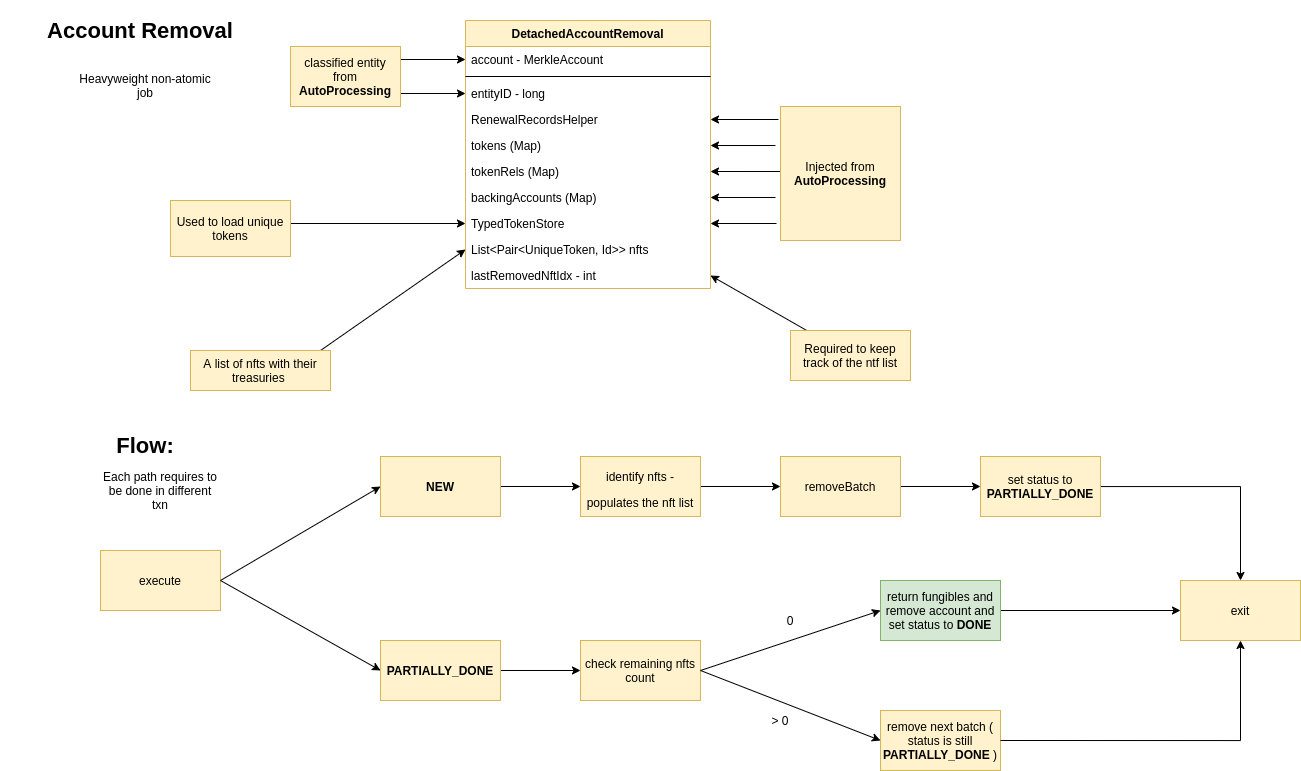
The draw.io diagram docs/expiry-and-auto-renewal/images/DetachedAccountRemoval.png in hashgraph/hedera-services, before a commit. Source tidied: cells renumbered, new cells last; positions are measured from the earlier drawing's top-left corner, leaving out a move shared by most shapes.
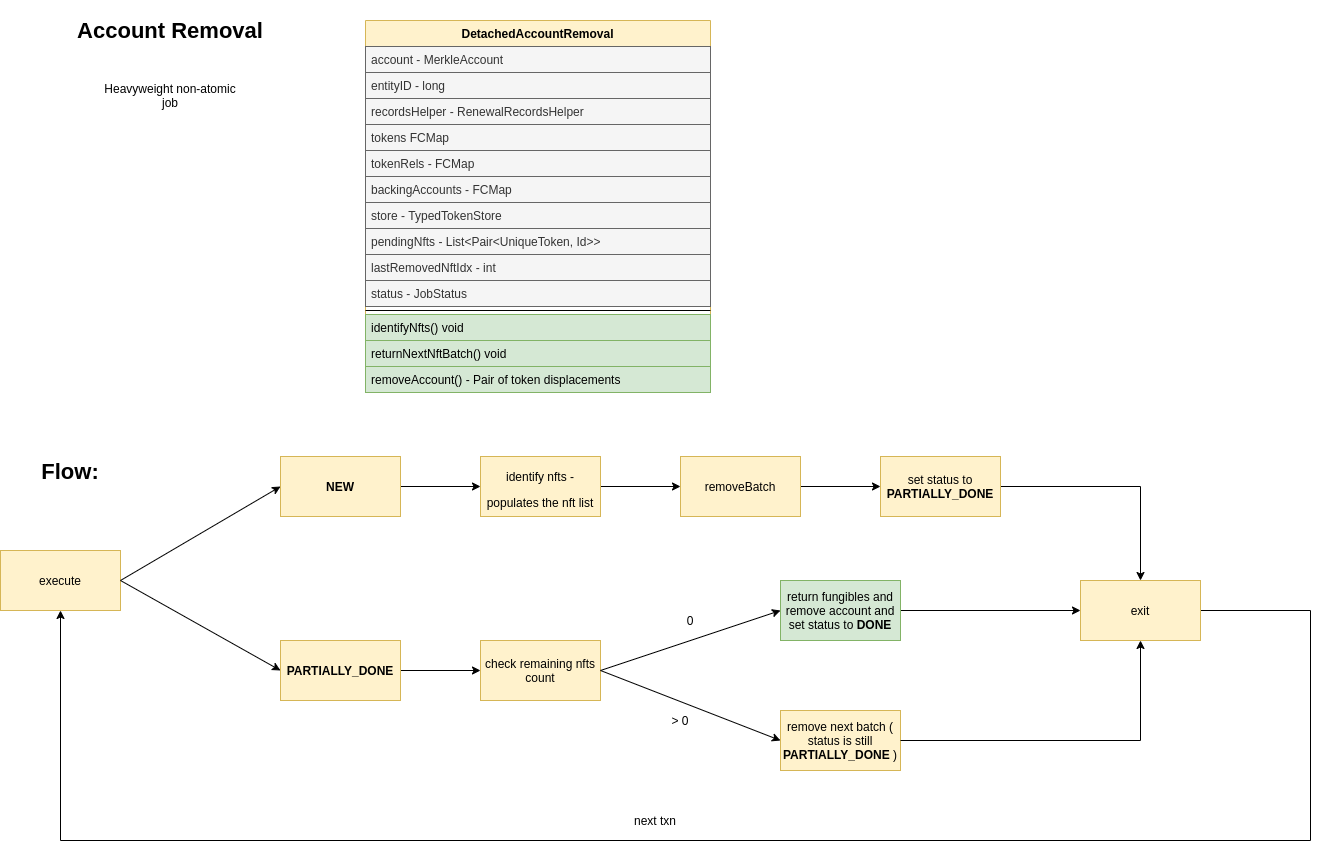
Later version of the same file.

What changed in the source:
```diff
@@ -3,83 +3,58 @@
     <mxCell id="0" />
     <mxCell id="1" parent="0" />
     <mxCell id="2" value="Account Removal" style="text;html=1;strokeColor=none;fillColor=none;align=center;verticalAlign=middle;whiteSpace=wrap;rounded=0;fontSize=22;fontStyle=1;" parent="1" vertex="1">
-      <mxGeometry width="280" height="60" as="geometry" />
+      <mxGeometry x="130" width="280" height="60" as="geometry" />
     </mxCell>
     <mxCell id="3" value="DetachedAccountRemoval" style="swimlane;fontStyle=1;align=center;verticalAlign=top;horizontal=1;startSize=26;fontSize=12;fillColor=#fff2cc;strokeColor=#d6b656;" parent="1" vertex="1">
-      <mxGeometry x="465" y="20" width="245" height="268" as="geometry" />
+      <mxGeometry x="465" y="20" width="345" height="372" as="geometry" />
     </mxCell>
-    <mxCell id="4" value="account - MerkleAccount" style="text;strokeColor=none;fillColor=none;align=left;verticalAlign=top;spacingLeft=4;spacingRight=4;overflow=hidden;points=[[0,0.5],[1,0.5]];portConstraint=eastwest;" parent="3" vertex="1">
-      <mxGeometry y="26" width="245" height="26" as="geometry" />
+    <mxCell id="4" value="account - MerkleAccount" style="text;strokeColor=#666666;fillColor=#f5f5f5;align=left;verticalAlign=top;spacingLeft=4;spacingRight=4;overflow=hidden;points=[[0,0.5],[1,0.5]];portConstraint=eastwest;fontColor=#333333;" parent="3" vertex="1">
+      <mxGeometry y="26" width="345" height="26" as="geometry" />
     </mxCell>
-    <mxCell id="5" style="line;strokeWidth=1;fillColor=none;align=left;verticalAlign=middle;spacingTop=-1;spacingLeft=3;spacingRight=3;labelPosition=right;" parent="3" vertex="1">
-      <mxGeometry y="52" width="245" height="8" as="geometry" />
-    </mxCell>
-    <mxCell id="6" value="entityID - long" style="text;strokeColor=none;fillColor=none;align=left;verticalAlign=top;spacingLeft=4;spacingRight=4;overflow=hidden;points=[[0,0.5],[1,0.5]];portConstraint=eastwest;" parent="3" vertex="1">
-      <mxGeometry y="60" width="245" height="26" as="geometry" />
+    <mxCell id="6" value="entityID - long" style="text;strokeColor=#666666;fillColor=#f5f5f5;align=left;verticalAlign=top;spacingLeft=4;spacingRight=4;overflow=hidden;points=[[0,0.5],[1,0.5]];portConstraint=eastwest;fontColor=#333333;" parent="3" vertex="1">
+      <mxGeometry y="52" width="345" height="26" as="geometry" />
     </mxCell>
-    <mxCell id="7" value="RenewalRecordsHelper" style="text;strokeColor=none;fillColor=none;align=left;verticalAlign=top;spacingLeft=4;spacingRight=4;overflow=hidden;points=[[0,0.5],[1,0.5]];portConstraint=eastwest;fontSize=12;" parent="3" vertex="1">
-      <mxGeometry y="86" width="245" height="26" as="geometry" />
+    <mxCell id="7" value="recordsHelper - RenewalRecordsHelper" style="text;strokeColor=#666666;fillColor=#f5f5f5;align=left;verticalAlign=top;spacingLeft=4;spacingRight=4;overflow=hidden;points=[[0,0.5],[1,0.5]];portConstraint=eastwest;fontSize=12;fontColor=#333333;" parent="3" vertex="1">
+      <mxGeometry y="78" width="345" height="26" as="geometry" />
     </mxCell>
-    <mxCell id="8" value="tokens (Map)" style="text;strokeColor=none;fillColor=none;align=left;verticalAlign=top;spacingLeft=4;spacingRight=4;overflow=hidden;points=[[0,0.5],[1,0.5]];portConstraint=eastwest;fontSize=12;" parent="3" vertex="1">
-      <mxGeometry y="112" width="245" height="26" as="geometry" />
+    <mxCell id="8" value="tokens FCMap" style="text;strokeColor=#666666;fillColor=#f5f5f5;align=left;verticalAlign=top;spacingLeft=4;spacingRight=4;overflow=hidden;points=[[0,0.5],[1,0.5]];portConstraint=eastwest;fontSize=12;fontColor=#333333;" parent="3" vertex="1">
+      <mxGeometry y="104" width="345" height="26" as="geometry" />
     </mxCell>
-    <mxCell id="9" value="tokenRels (Map)" style="text;strokeColor=none;fillColor=none;align=left;verticalAlign=top;spacingLeft=4;spacingRight=4;overflow=hidden;points=[[0,0.5],[1,0.5]];portConstraint=eastwest;fontSize=12;" parent="3" vertex="1">
-      <mxGeometry y="138" width="245" height="26" as="geometry" />
+    <mxCell id="9" value="tokenRels - FCMap" style="text;strokeColor=#666666;fillColor=#f5f5f5;align=left;verticalAlign=top;spacingLeft=4;spacingRight=4;overflow=hidden;points=[[0,0.5],[1,0.5]];portConstraint=eastwest;fontSize=12;fontColor=#333333;" parent="3" vertex="1">
+      <mxGeometry y="130" width="345" height="26" as="geometry" />
     </mxCell>
-    <mxCell id="10" value="backingAccounts (Map)" style="text;strokeColor=none;fillColor=none;align=left;verticalAlign=top;spacingLeft=4;spacingRight=4;overflow=hidden;points=[[0,0.5],[1,0.5]];portConstraint=eastwest;fontSize=12;" parent="3" vertex="1">
-      <mxGeometry y="164" width="245" height="26" as="geometry" />
+    <mxCell id="10" value="backingAccounts - FCMap" style="text;strokeColor=#666666;fillColor=#f5f5f5;align=left;verticalAlign=top;spacingLeft=4;spacingRight=4;overflow=hidden;points=[[0,0.5],[1,0.5]];portConstraint=eastwest;fontSize=12;fontColor=#333333;" parent="3" vertex="1">
+      <mxGeometry y="156" width="345" height="26" as="geometry" />
     </mxCell>
-    <mxCell id="11" value="TypedTokenStore" style="text;strokeColor=none;fillColor=none;align=left;verticalAlign=top;spacingLeft=4;spacingRight=4;overflow=hidden;points=[[0,0.5],[1,0.5]];portConstraint=eastwest;fontSize=12;" parent="3" vertex="1">
-      <mxGeometry y="190" width="245" height="26" as="geometry" />
+    <mxCell id="11" value="store - TypedTokenStore" style="text;strokeColor=#666666;fillColor=#f5f5f5;align=left;verticalAlign=top;spacingLeft=4;spacingRight=4;overflow=hidden;points=[[0,0.5],[1,0.5]];portConstraint=eastwest;fontSize=12;fontColor=#333333;" parent="3" vertex="1">
+      <mxGeometry y="182" width="345" height="26" as="geometry" />
     </mxCell>
-    <mxCell id="12" value="List&lt;Pair&lt;UniqueToken, Id&gt;&gt; nfts" style="text;strokeColor=none;fillColor=none;align=left;verticalAlign=top;spacingLeft=4;spacingRight=4;overflow=hidden;points=[[0,0.5],[1,0.5]];portConstraint=eastwest;fontSize=12;" parent="3" vertex="1">
-      <mxGeometry y="216" width="245" height="26" as="geometry" />
+    <mxCell id="12" value="pendingNfts - List&lt;Pair&lt;UniqueToken, Id&gt;&gt; " style="text;strokeColor=#666666;fillColor=#f5f5f5;align=left;verticalAlign=top;spacingLeft=4;spacingRight=4;overflow=hidden;points=[[0,0.5],[1,0.5]];portConstraint=eastwest;fontSize=12;fontColor=#333333;" parent="3" vertex="1">
+      <mxGeometry y="208" width="345" height="26" as="geometry" />
     </mxCell>
-    <mxCell id="13" value="lastRemovedNftIdx - int" style="text;strokeColor=none;fillColor=none;align=left;verticalAlign=top;spacingLeft=4;spacingRight=4;overflow=hidden;points=[[0,0.5],[1,0.5]];portConstraint=eastwest;fontSize=12;" parent="3" vertex="1">
-      <mxGeometry y="242" width="245" height="26" as="geometry" />
+    <mxCell id="13" value="lastRemovedNftIdx - int" style="text;strokeColor=#666666;fillColor=#f5f5f5;align=left;verticalAlign=top;spacingLeft=4;spacingRight=4;overflow=hidden;points=[[0,0.5],[1,0.5]];portConstraint=eastwest;fontSize=12;fontColor=#333333;" parent="3" vertex="1">
+      <mxGeometry y="234" width="345" height="26" as="geometry" />
     </mxCell>
-    <mxCell id="14" style="endArrow=classic;html=1;fontSize=12;entryX=1;entryY=0.5;entryDx=0;entryDy=0;exitX=-0.017;exitY=0.097;exitDx=0;exitDy=0;exitPerimeter=0;" parent="1" edge="1" source="23" target="7">
-      <mxGeometry relative="1" as="geometry" />
-    </mxCell>
-    <mxCell id="15" style="endArrow=classic;html=1;fontSize=12;entryX=1;entryY=0.5;entryDx=0;entryDy=0;" parent="1" edge="1" target="8">
-      <mxGeometry relative="1" as="geometry">
-        <mxPoint x="775" y="145" as="sourcePoint" />
-      </mxGeometry>
-    </mxCell>
-    <mxCell id="16" style="endArrow=classic;html=1;fontSize=12;entryX=1;entryY=0.5;entryDx=0;entryDy=0;exitX=0;exitY=0.485;exitDx=0;exitDy=0;exitPerimeter=0;" parent="1" edge="1" source="23" target="9">
-      <mxGeometry relative="1" as="geometry" />
-    </mxCell>
-    <mxCell id="17" style="endArrow=classic;html=1;fontSize=12;entryX=1;entryY=0.5;entryDx=0;entryDy=0;" parent="1" edge="1" target="10">
-      <mxGeometry relative="1" as="geometry">
-        <mxPoint x="775" y="197" as="sourcePoint" />
-      </mxGeometry>
-    </mxCell>
-    <mxCell id="18" style="endArrow=classic;html=1;fontSize=12;entryX=1;entryY=0.5;entryDx=0;entryDy=0;" parent="1" edge="1" target="11">
-      <mxGeometry relative="1" as="geometry">
-        <mxPoint x="776" y="223" as="sourcePoint" />
-      </mxGeometry>
-    </mxCell>
+    <mxCell id="55" value="status - JobStatus" style="text;strokeColor=#666666;fillColor=#f5f5f5;align=left;verticalAlign=top;spacingLeft=4;spacingRight=4;overflow=hidden;fontColor=#333333;" parent="3" vertex="1">
+      <mxGeometry y="260" width="345" height="26" as="geometry" />
+    </mxCell>
+    <mxCell id="56" style="line;strokeWidth=1;fillColor=none;align=left;verticalAlign=middle;spacingTop=-1;spacingLeft=3;spacingRight=3;labelPosition=right;" parent="3" vertex="1">
+      <mxGeometry y="286" width="345" height="8" as="geometry" />
+    </mxCell>
+    <mxCell id="57" value="identifyNfts() void" style="text;strokeColor=#82b366;fillColor=#d5e8d4;align=left;verticalAlign=top;spacingLeft=4;spacingRight=4;overflow=hidden;" parent="3" vertex="1">
+      <mxGeometry y="294" width="345" height="26" as="geometry" />
+    </mxCell>
+    <mxCell id="58" value="returnNextNftBatch() void" style="text;strokeColor=#82b366;fillColor=#d5e8d4;align=left;verticalAlign=top;spacingLeft=4;spacingRight=4;overflow=hidden;" parent="3" vertex="1">
+      <mxGeometry y="320" width="345" height="26" as="geometry" />
+    </mxCell>
+    <mxCell id="59" value="removeAccount() - Pair of token displacements" style="text;strokeColor=#82b366;fillColor=#d5e8d4;align=left;verticalAlign=top;spacingLeft=4;spacingRight=4;overflow=hidden;" parent="3" vertex="1">
+      <mxGeometry y="346" width="345" height="26" as="geometry" />
+    </mxCell>
     <mxCell id="19" value="Heavyweight non-atomic job" style="text;html=1;strokeColor=none;fillColor=none;align=center;verticalAlign=middle;whiteSpace=wrap;rounded=0;fontSize=12;" parent="1" vertex="1">
-      <mxGeometry x="70" y="60" width="150" height="50" as="geometry" />
+      <mxGeometry x="195" y="70" width="150" height="50" as="geometry" />
     </mxCell>
-    <mxCell id="20" style="endArrow=classic;html=1;fontSize=12;entryX=0;entryY=0.5;entryDx=0;entryDy=0;" parent="1" edge="1" target="6">
-      <mxGeometry relative="1" as="geometry">
-        <mxPoint x="400" y="93" as="sourcePoint" />
-      </mxGeometry>
-    </mxCell>
-    <mxCell id="21" style="endArrow=classic;html=1;fontSize=12;entryX=0;entryY=0.5;entryDx=0;entryDy=0;" parent="1" edge="1" target="4">
-      <mxGeometry relative="1" as="geometry">
-        <mxPoint x="400" y="59" as="sourcePoint" />
-      </mxGeometry>
-    </mxCell>
-    <mxCell id="22" value="classified entity from &lt;b&gt;AutoProcessing&lt;/b&gt;" style="rounded=0;whiteSpace=wrap;html=1;fontSize=12;fillColor=#fff2cc;strokeColor=#d6b656;" parent="1" vertex="1">
-      <mxGeometry x="290" y="46" width="110" height="60" as="geometry" />
-    </mxCell>
-    <mxCell id="23" value="Injected from &lt;b&gt;AutoProcessing&lt;/b&gt;" style="rounded=0;whiteSpace=wrap;html=1;fontSize=12;fillColor=#fff2cc;strokeColor=#d6b656;" parent="1" vertex="1">
-      <mxGeometry x="780" y="106" width="120" height="134" as="geometry" />
-    </mxCell>
     <mxCell id="24" value="Flow:" style="text;align=center;fontStyle=1;verticalAlign=middle;spacingLeft=3;spacingRight=3;strokeColor=none;fontSize=22;" parent="1" vertex="1">
-      <mxGeometry x="105" y="430" width="80" height="26" as="geometry" />
+      <mxGeometry x="130" y="456" width="80" height="26" as="geometry" />
     </mxCell>
     <mxCell id="25" value="&lt;font style=&quot;font-size: 12px;&quot;&gt;execute&lt;/font&gt;" style="rounded=0;whiteSpace=wrap;html=1;fontSize=12;verticalAlign=middle;align=center;fillColor=#fff2cc;strokeColor=#d6b656;" parent="1" vertex="1">
       <mxGeometry x="100" y="550" width="120" height="60" as="geometry" />
@@ -120,6 +95,15 @@
     <mxCell id="37" value="set status to &lt;b&gt;PARTIALLY_DONE&lt;/b&gt;" style="whiteSpace=wrap;html=1;rounded=0;fillColor=#fff2cc;strokeColor=#d6b656;" parent="1" vertex="1">
       <mxGeometry x="980" y="456" width="120" height="60" as="geometry" />
     </mxCell>
+    <mxCell id="60" style="edgeStyle=orthogonalEdgeStyle;rounded=0;jettySize=auto;html=1;entryX=0.5;entryY=1;entryDx=0;entryDy=0;" parent="1" edge="1" source="38" target="25">
+      <mxGeometry relative="1" as="geometry">
+        <Array as="points">
+          <mxPoint x="1410" y="610" />
+          <mxPoint x="1410" y="840" />
+          <mxPoint x="160" y="840" />
+        </Array>
+      </mxGeometry>
+    </mxCell>
     <mxCell id="38" value="exit" style="whiteSpace=wrap;html=1;rounded=0;fillColor=#fff2cc;strokeColor=#d6b656;" parent="1" vertex="1">
       <mxGeometry x="1180" y="580" width="120" height="60" as="geometry" />
     </mxCell>
@@ -144,36 +128,14 @@
     <mxCell id="45" style="edgeStyle=orthogonalEdgeStyle;rounded=0;jettySize=auto;html=1;fontSize=12;entryX=0.5;entryY=1;entryDx=0;entryDy=0;exitX=1;exitY=0.5;exitDx=0;exitDy=0;" parent="1" edge="1" source="44" target="38">
       <mxGeometry relative="1" as="geometry" />
     </mxCell>
-    <mxCell id="46" value="Each path requires to be done in different txn" style="text;html=1;strokeColor=none;fillColor=none;align=center;verticalAlign=middle;whiteSpace=wrap;rounded=0;fontSize=12;" parent="1" vertex="1">
-      <mxGeometry x="100" y="470" width="120" height="40" as="geometry" />
-    </mxCell>
-    <mxCell id="47" style="endArrow=classic;html=1;fontSize=12;entryX=0;entryY=0.5;entryDx=0;entryDy=0;" parent="1" edge="1" target="11">
-      <mxGeometry relative="1" as="geometry">
-        <mxPoint x="290" y="223" as="sourcePoint" />
-      </mxGeometry>
-    </mxCell>
-    <mxCell id="48" value="Used to load unique tokens" style="text;html=1;strokeColor=#d6b656;fillColor=#fff2cc;align=center;verticalAlign=middle;whiteSpace=wrap;rounded=0;fontSize=12;" parent="1" vertex="1">
-      <mxGeometry x="170" y="200" width="120" height="56" as="geometry" />
-    </mxCell>
-    <mxCell id="49" style="endArrow=classic;html=1;fontSize=12;entryX=0;entryY=0.5;entryDx=0;entryDy=0;" parent="1" edge="1" target="12">
-      <mxGeometry relative="1" as="geometry">
-        <mxPoint x="320" y="350" as="sourcePoint" />
-      </mxGeometry>
-    </mxCell>
-    <mxCell id="50" value="A list of nfts with their treasuries&amp;nbsp;" style="text;html=1;strokeColor=#d6b656;fillColor=#fff2cc;align=center;verticalAlign=middle;whiteSpace=wrap;rounded=0;fontSize=12;" parent="1" vertex="1">
-      <mxGeometry x="190" y="350" width="140" height="40" as="geometry" />
-    </mxCell>
-    <mxCell id="51" style="endArrow=classic;html=1;entryX=1;entryY=0.5;entryDx=0;entryDy=0;" parent="1" edge="1" source="52" target="13">
-      <mxGeometry relative="1" as="geometry" />
-    </mxCell>
-    <mxCell id="52" value="Required to keep track of the ntf list" style="text;html=1;strokeColor=#d6b656;fillColor=#fff2cc;align=center;verticalAlign=middle;whiteSpace=wrap;rounded=0;" parent="1" vertex="1">
-      <mxGeometry x="790" y="330" width="120" height="50" as="geometry" />
-    </mxCell>
     <mxCell id="53" value="0" style="text;html=1;strokeColor=none;fillColor=none;align=center;verticalAlign=middle;whiteSpace=wrap;rounded=0;" parent="1" vertex="1">
       <mxGeometry x="770" y="610" width="40" height="20" as="geometry" />
     </mxCell>
     <mxCell id="54" value="&amp;gt; 0" style="text;html=1;strokeColor=none;fillColor=none;align=center;verticalAlign=middle;whiteSpace=wrap;rounded=0;" parent="1" vertex="1">
       <mxGeometry x="760" y="710" width="40" height="20" as="geometry" />
     </mxCell>
+    <mxCell id="61" value="next txn" style="text;html=1;strokeColor=none;fillColor=none;align=center;verticalAlign=middle;whiteSpace=wrap;rounded=0;" parent="1" vertex="1">
+      <mxGeometry x="720" y="810" width="70" height="20" as="geometry" />
+    </mxCell>
   </root>
 </mxGraphModel>
```
